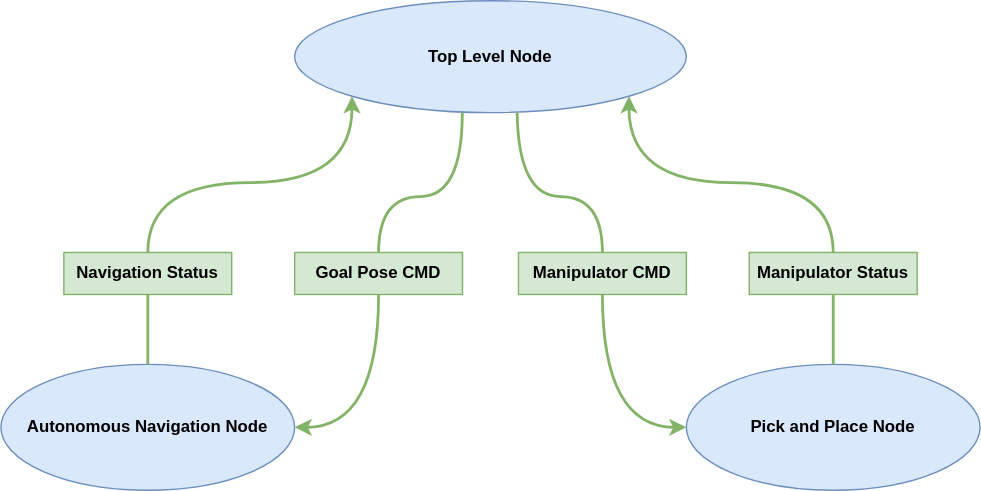
This is Figures/figTopLevelMethod.drawio.svg from orjano-max/ORJANOS_MASTER_REPO, a draw.io export, as it was before one commit. Source tidied: cells renumbered, new cells last; positions are measured from the earlier drawing's top-left corner, leaving out a move shared by most shapes.
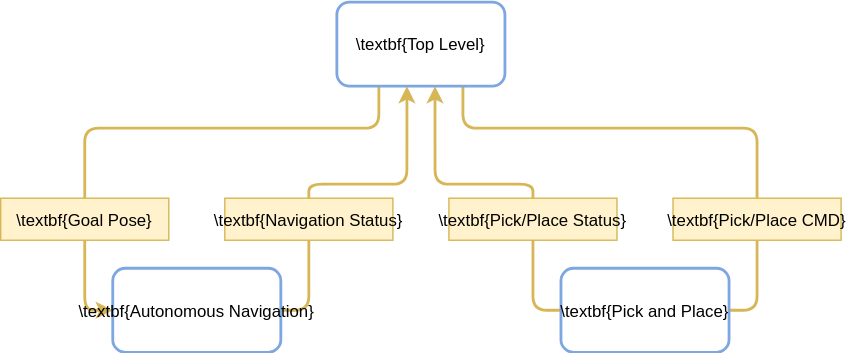
Above is the later version.

Change to the diagram source:
```diff
@@ -2,75 +2,82 @@
   <root>
     <mxCell id="0" />
     <mxCell id="1" parent="0" />
-    <mxCell id="2" value="Autonomous Navigation Node" style="ellipse;whiteSpace=wrap;html=1;fillColor=#dae8fc;strokeColor=#6c8ebf;fontStyle=1;" parent="1" vertex="1">
-      <mxGeometry y="260" width="210" height="90" as="geometry" />
-    </mxCell>
-    <mxCell id="3" value="Pick and Place Node" style="ellipse;whiteSpace=wrap;html=1;fillColor=#dae8fc;strokeColor=#6c8ebf;fontStyle=1;" parent="1" vertex="1">
-      <mxGeometry x="490" y="260" width="210" height="90" as="geometry" />
-    </mxCell>
-    <mxCell id="4" value="Top Level Node" style="ellipse;whiteSpace=wrap;html=1;fillColor=#dae8fc;strokeColor=#6c8ebf;fontStyle=1;" parent="1" vertex="1">
-      <mxGeometry x="210" width="280" height="80" as="geometry" />
-    </mxCell>
-    <mxCell id="5" value="&lt;b&gt;Goal Pose CMD&lt;br&gt;&lt;/b&gt;" style="rounded=0;whiteSpace=wrap;html=1;fillColor=#d5e8d4;strokeColor=#82b366;" parent="1" vertex="1">
-      <mxGeometry x="210" y="180" width="120" height="30" as="geometry" />
-    </mxCell>
-    <mxCell id="6" style="edgeStyle=orthogonalEdgeStyle;jettySize=auto;html=1;curved=1;fillColor=#d5e8d4;strokeColor=#82b366;strokeWidth=2;rounded=0;exitX=0.428;exitY=1.002;exitDx=0;exitDy=0;entryX=0.5;entryY=0;entryDx=0;entryDy=0;endArrow=none;endFill=0;exitPerimeter=0;" parent="1" edge="1" source="4" target="5">
-      <mxGeometry relative="1" as="geometry">
-        <Array as="points">
-          <mxPoint x="330" y="140" />
-          <mxPoint x="270" y="140" />
-        </Array>
-      </mxGeometry>
-    </mxCell>
-    <mxCell id="7" style="edgeStyle=orthogonalEdgeStyle;jettySize=auto;html=1;curved=1;fillColor=#d5e8d4;strokeColor=#82b366;strokeWidth=2;rounded=0;exitX=0.5;exitY=1;exitDx=0;exitDy=0;entryX=1;entryY=0.5;entryDx=0;entryDy=0;" parent="1" edge="1" source="5" target="2">
-      <mxGeometry relative="1" as="geometry">
-        <Array as="points">
-          <mxPoint x="270" y="305" />
-        </Array>
-      </mxGeometry>
-    </mxCell>
-    <mxCell id="8" value="&lt;b&gt;Navigation Status&lt;br&gt;&lt;/b&gt;" style="rounded=0;whiteSpace=wrap;html=1;fillColor=#d5e8d4;strokeColor=#82b366;" parent="1" vertex="1">
-      <mxGeometry x="45" y="180" width="120" height="30" as="geometry" />
-    </mxCell>
-    <mxCell id="9" style="edgeStyle=orthogonalEdgeStyle;jettySize=auto;html=1;curved=1;fillColor=#d5e8d4;strokeColor=#82b366;strokeWidth=2;rounded=0;exitX=0.5;exitY=0;exitDx=0;exitDy=0;entryX=0;entryY=1;entryDx=0;entryDy=0;" parent="1" edge="1" source="8" target="4">
-      <mxGeometry relative="1" as="geometry" />
-    </mxCell>
-    <mxCell id="10" style="edgeStyle=orthogonalEdgeStyle;jettySize=auto;html=1;curved=1;fillColor=#d5e8d4;strokeColor=#82b366;strokeWidth=2;rounded=0;exitX=0.5;exitY=1;exitDx=0;exitDy=0;entryX=0.5;entryY=0;entryDx=0;entryDy=0;endArrow=none;endFill=0;" parent="1" edge="1" source="8" target="2">
-      <mxGeometry relative="1" as="geometry" />
-    </mxCell>
-    <mxCell id="11" style="edgeStyle=orthogonalEdgeStyle;jettySize=auto;html=1;curved=1;fillColor=#d5e8d4;strokeColor=#82b366;strokeWidth=2;rounded=0;exitX=1;exitY=1;exitDx=0;exitDy=0;endArrow=none;endFill=0;startArrow=classic;startFill=1;entryX=0.5;entryY=0;entryDx=0;entryDy=0;" parent="1" edge="1" source="4" target="12">
-      <mxGeometry relative="1" as="geometry">
-        <Array as="points">
-          <mxPoint x="449" y="130" />
-          <mxPoint x="595" y="130" />
-        </Array>
-      </mxGeometry>
-    </mxCell>
-    <mxCell id="12" value="&lt;b&gt;Manipulator Status&lt;br&gt;&lt;/b&gt;" style="rounded=0;whiteSpace=wrap;html=1;fillColor=#d5e8d4;strokeColor=#82b366;" parent="1" vertex="1">
-      <mxGeometry x="535" y="180" width="120" height="30" as="geometry" />
-    </mxCell>
-    <mxCell id="13" style="edgeStyle=orthogonalEdgeStyle;jettySize=auto;html=1;curved=1;fillColor=#d5e8d4;strokeColor=#82b366;strokeWidth=2;rounded=0;exitX=0.5;exitY=1;exitDx=0;exitDy=0;entryX=0.5;entryY=0;entryDx=0;entryDy=0;endArrow=none;endFill=0;" parent="1" edge="1" source="12" target="3">
-      <mxGeometry relative="1" as="geometry">
-        <Array as="points">
-          <mxPoint x="595" y="210" />
-          <mxPoint x="595" y="260" />
-        </Array>
-      </mxGeometry>
-    </mxCell>
-    <mxCell id="14" value="&lt;b&gt;Manipulator CMD&lt;br&gt;&lt;/b&gt;" style="rounded=0;whiteSpace=wrap;html=1;fillColor=#d5e8d4;strokeColor=#82b366;" parent="1" vertex="1">
-      <mxGeometry x="370" y="180" width="120" height="30" as="geometry" />
-    </mxCell>
-    <mxCell id="15" style="edgeStyle=orthogonalEdgeStyle;jettySize=auto;html=1;curved=1;fillColor=#d5e8d4;strokeColor=#82b366;strokeWidth=2;rounded=0;exitX=0.568;exitY=1.002;exitDx=0;exitDy=0;entryX=0.5;entryY=0;entryDx=0;entryDy=0;endArrow=none;endFill=0;exitPerimeter=0;" parent="1" edge="1" source="4" target="14">
-      <mxGeometry relative="1" as="geometry">
-        <Array as="points">
-          <mxPoint x="370" y="80" />
-          <mxPoint x="370" y="140" />
-          <mxPoint x="430" y="140" />
-        </Array>
-      </mxGeometry>
-    </mxCell>
-    <mxCell id="16" style="edgeStyle=orthogonalEdgeStyle;jettySize=auto;html=1;curved=1;fillColor=#d5e8d4;strokeColor=#82b366;strokeWidth=2;rounded=0;exitX=0.5;exitY=1;exitDx=0;exitDy=0;entryX=0;entryY=0.5;entryDx=0;entryDy=0;" parent="1" edge="1" source="14" target="3">
-      <mxGeometry relative="1" as="geometry" />
-    </mxCell>
+    <mxCell id="17" value="\textbf{Navigation Status}" style="rounded=0;fillColor=#fff2cc;strokeColor=#d6b656;fontStyle=0;" parent="1" vertex="1">
+      <mxGeometry x="210" y="150" width="120" height="30" as="geometry" />
+    </mxCell>
+    <mxCell id="18" style="edgeStyle=orthogonalEdgeStyle;jettySize=auto;fillColor=#fff2cc;strokeColor=#d6b656;strokeWidth=2;rounded=1;exitX=0.417;exitY=1.002;exitDx=0;exitDy=0;entryX=0.5;entryY=0;entryDx=0;entryDy=0;endArrow=none;endFill=0;startArrow=classic;startFill=1;exitPerimeter=0;fontStyle=0;" parent="1" edge="1" source="29" target="17">
+      <mxGeometry relative="1" as="geometry">
+        <Array as="points">
+          <mxPoint x="340" y="140" />
+          <mxPoint x="270" y="140" />
+        </Array>
+      </mxGeometry>
+    </mxCell>
+    <mxCell id="19" style="edgeStyle=orthogonalEdgeStyle;jettySize=auto;fillColor=#fff2cc;strokeColor=#d6b656;strokeWidth=2;rounded=1;exitX=0.5;exitY=1;exitDx=0;exitDy=0;entryX=1;entryY=0.5;entryDx=0;entryDy=0;endArrow=none;endFill=0;fontStyle=0;" parent="1" edge="1" source="17" target="31">
+      <mxGeometry relative="1" as="geometry">
+        <Array as="points">
+          <mxPoint x="270" y="230" />
+        </Array>
+      </mxGeometry>
+    </mxCell>
+    <mxCell id="20" value="\textbf{Goal Pose}" style="rounded=0;fillColor=#fff2cc;strokeColor=#d6b656;fontStyle=0;" parent="1" vertex="1">
+      <mxGeometry x="50" y="150" width="120" height="30" as="geometry" />
+    </mxCell>
+    <mxCell id="21" style="edgeStyle=orthogonalEdgeStyle;jettySize=auto;fillColor=#fff2cc;strokeColor=#d6b656;strokeWidth=2;rounded=1;exitX=0.5;exitY=0;exitDx=0;exitDy=0;entryX=0.25;entryY=1;entryDx=0;entryDy=0;endArrow=none;endFill=0;fontStyle=0;" parent="1" edge="1" source="20" target="29">
+      <mxGeometry relative="1" as="geometry">
+        <Array as="points">
+          <mxPoint x="110" y="100" />
+          <mxPoint x="320" y="100" />
+        </Array>
+      </mxGeometry>
+    </mxCell>
+    <mxCell id="22" style="edgeStyle=orthogonalEdgeStyle;jettySize=auto;fillColor=#fff2cc;strokeColor=#d6b656;strokeWidth=2;rounded=1;exitX=0.5;exitY=1;exitDx=0;exitDy=0;entryX=0;entryY=0.5;entryDx=0;entryDy=0;endArrow=classic;endFill=1;fontStyle=0;" parent="1" edge="1" source="20" target="31">
+      <mxGeometry relative="1" as="geometry" />
+    </mxCell>
+    <mxCell id="23" style="edgeStyle=orthogonalEdgeStyle;jettySize=auto;fillColor=#fff2cc;strokeColor=#d6b656;strokeWidth=2;rounded=1;exitX=0.75;exitY=1;exitDx=0;exitDy=0;endArrow=none;endFill=0;startArrow=none;startFill=0;entryX=0.5;entryY=0;entryDx=0;entryDy=0;fontStyle=0;" parent="1" edge="1" source="29" target="24">
+      <mxGeometry relative="1" as="geometry">
+        <Array as="points">
+          <mxPoint x="380" y="100" />
+          <mxPoint x="590" y="100" />
+        </Array>
+      </mxGeometry>
+    </mxCell>
+    <mxCell id="24" value="\textbf{Pick/Place CMD}" style="rounded=0;fillColor=#fff2cc;strokeColor=#d6b656;fontStyle=0;" parent="1" vertex="1">
+      <mxGeometry x="530" y="150" width="120" height="30" as="geometry" />
+    </mxCell>
+    <mxCell id="25" style="edgeStyle=orthogonalEdgeStyle;jettySize=auto;fillColor=#fff2cc;strokeColor=#d6b656;strokeWidth=2;rounded=1;exitX=0.5;exitY=1;exitDx=0;exitDy=0;entryX=1;entryY=0.5;entryDx=0;entryDy=0;endArrow=none;endFill=0;fontStyle=0;" parent="1" edge="1" source="24" target="30">
+      <mxGeometry relative="1" as="geometry">
+        <Array as="points">
+          <mxPoint x="590" y="230" />
+        </Array>
+      </mxGeometry>
+    </mxCell>
+    <mxCell id="26" value="\textbf{Pick/Place Status}" style="rounded=0;fillColor=#fff2cc;strokeColor=#d6b656;fontStyle=0;" parent="1" vertex="1">
+      <mxGeometry x="370" y="150" width="120" height="30" as="geometry" />
+    </mxCell>
+    <mxCell id="27" style="edgeStyle=orthogonalEdgeStyle;jettySize=auto;fillColor=#fff2cc;strokeColor=#d6b656;strokeWidth=2;rounded=1;exitX=0.584;exitY=1.002;exitDx=0;exitDy=0;entryX=0.5;entryY=0;entryDx=0;entryDy=0;endArrow=none;endFill=0;startArrow=classic;startFill=1;exitPerimeter=0;fontStyle=0;" parent="1" edge="1" source="29" target="26">
+      <mxGeometry relative="1" as="geometry">
+        <Array as="points">
+          <mxPoint x="360" y="140" />
+          <mxPoint x="430" y="140" />
+        </Array>
+      </mxGeometry>
+    </mxCell>
+    <mxCell id="28" style="edgeStyle=orthogonalEdgeStyle;jettySize=auto;fillColor=#fff2cc;strokeColor=#d6b656;strokeWidth=2;rounded=1;exitX=0.5;exitY=1;exitDx=0;exitDy=0;entryX=0;entryY=0.5;entryDx=0;entryDy=0;endArrow=none;endFill=0;fontStyle=0;" parent="1" edge="1" source="26" target="30">
+      <mxGeometry relative="1" as="geometry">
+        <Array as="points">
+          <mxPoint x="430" y="230" />
+        </Array>
+      </mxGeometry>
+    </mxCell>
+    <mxCell id="29" value="\textbf{Top Level}" style="rounded=1;strokeColor=#7EA6E0;strokeWidth=2;fontStyle=0;" parent="1" vertex="1">
+      <mxGeometry x="290" y="10" width="120" height="60" as="geometry" />
+    </mxCell>
+    <mxCell id="30" value="\textbf{Pick and Place}" style="rounded=1;strokeColor=#7EA6E0;strokeWidth=2;fontStyle=0;" parent="1" vertex="1">
+      <mxGeometry x="450" y="200" width="120" height="60" as="geometry" />
+    </mxCell>
+    <mxCell id="31" value="\textbf{Autonomous Navigation}" style="rounded=1;strokeColor=#7EA6E0;strokeWidth=2;fontStyle=0;" parent="1" vertex="1">
+      <mxGeometry x="130" y="200" width="120" height="60" as="geometry" />
+    </mxCell>
   </root>
 </mxGraphModel>
```
